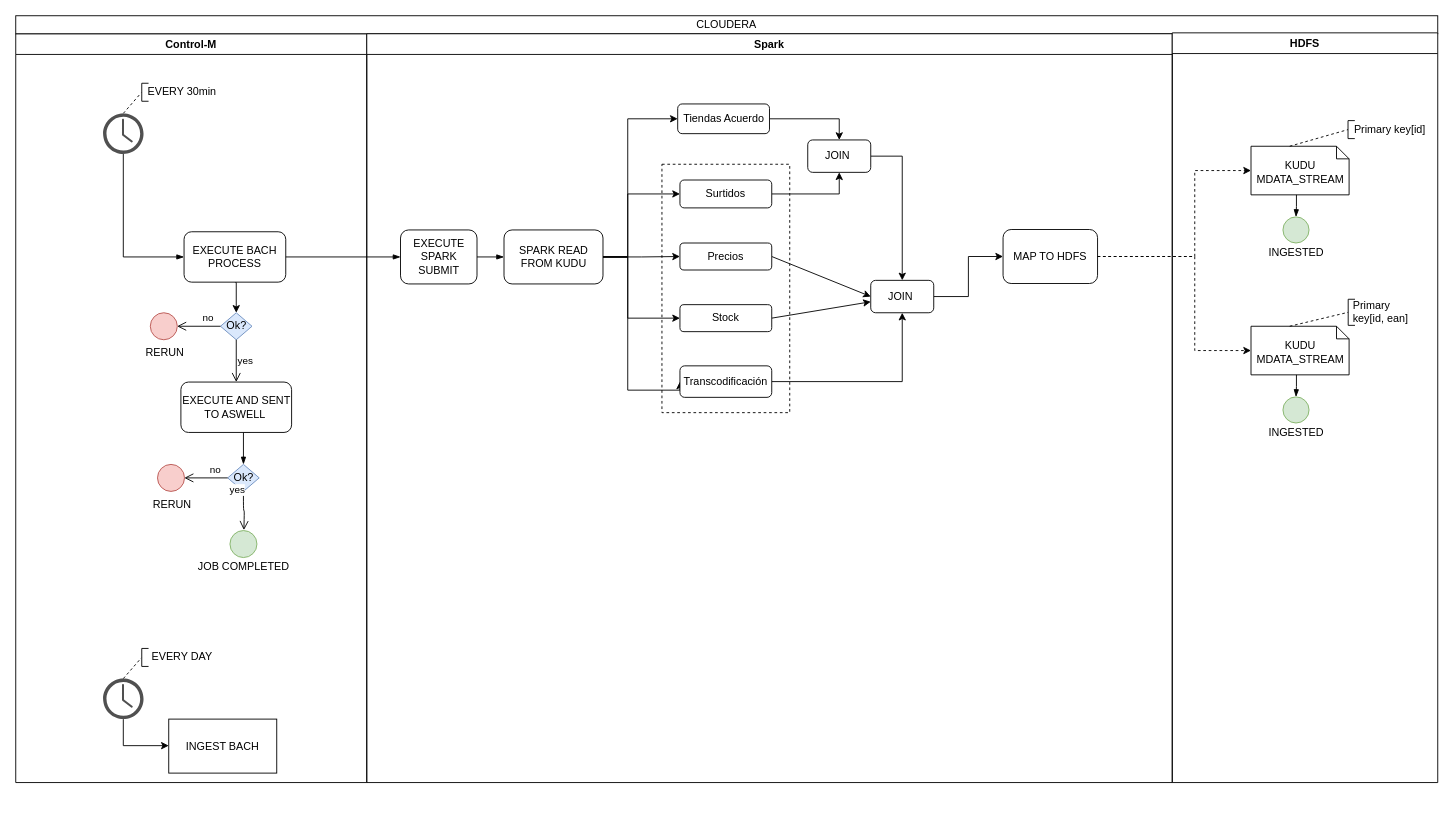
Earlier version of the draw.io diagram Cap Diagram.drawio (StefanoMazzukaCapgemini/Cap_Diagram). Source tidied: cells renumbered, new cells numbered last; positions are measured from the earlier drawing's top-left corner, leaving out a move shared by most shapes. Both pictures are drawn from the tidied source at 90%, with x=0, y=0 at pixel (15, 15).
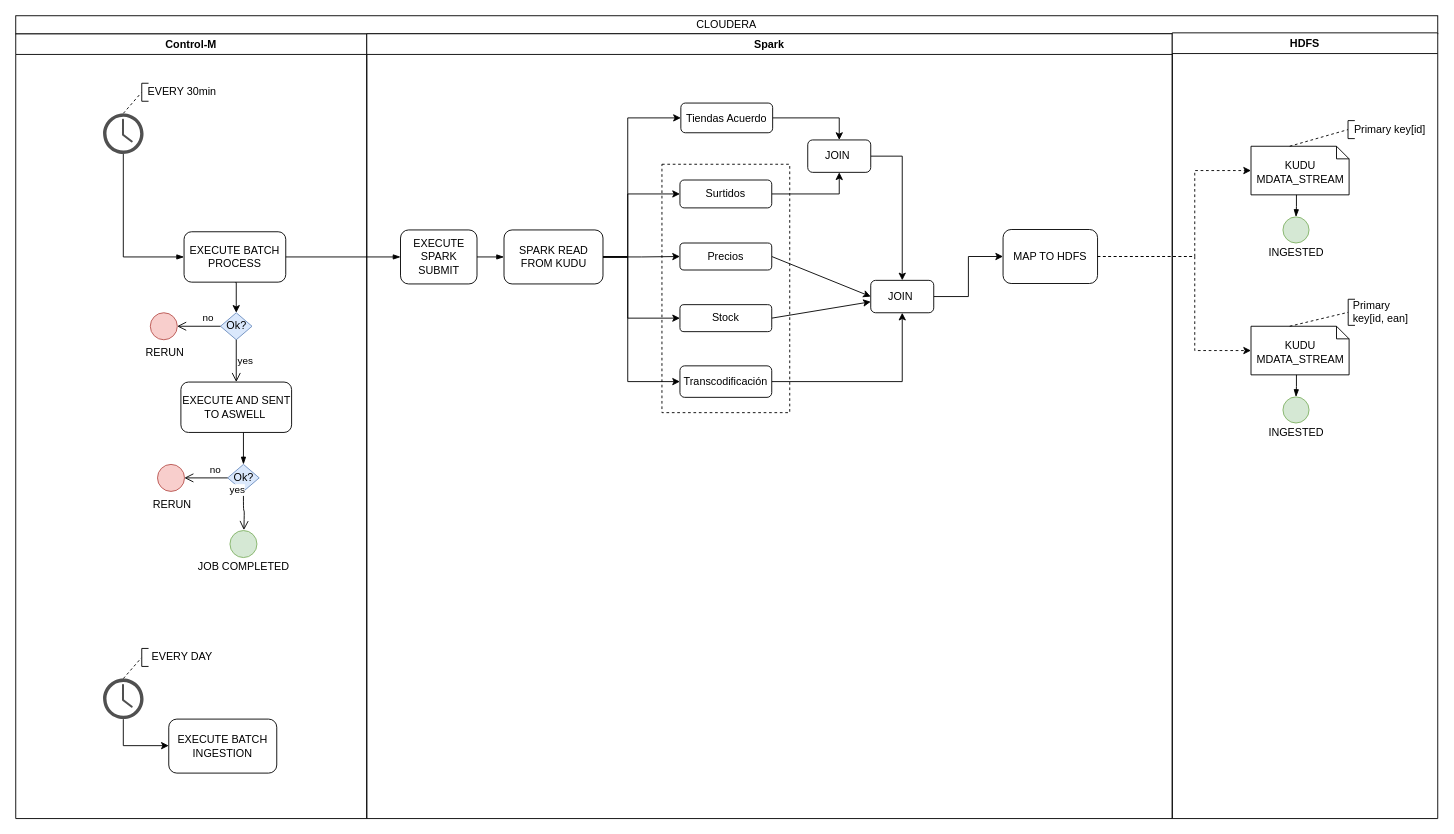
The same diagram, later.

Unchanged cells that the change refers to:
```xml
<mxCell id="40" value="SPARK READ FROM KUDU" style="rounded=1;whiteSpace=wrap;html=1;" parent="31" vertex="1">
  <mxGeometry x="152.5" y="218" width="110" height="60" as="geometry" />
</mxCell>
<mxCell id="49" value="Transcodificación" style="rounded=1;whiteSpace=wrap;html=1;" parent="31" vertex="1">
  <mxGeometry x="348" y="369" width="102" height="35" as="geometry" />
</mxCell>
```

Diff of the diagram source:
```diff
@@
     <mxCell id="2" value="Control-M" style="swimlane;whiteSpace=wrap;startSize=23;" parent="1" vertex="1">
-      <mxGeometry y="20" width="390" height="832" as="geometry" />
+      <mxGeometry y="20" width="390" height="872" as="geometry" />
     </mxCell>
@@
-    <mxCell id="10" value="EXECUTE BACH PROCESS" style="rounded=1;whiteSpace=wrap;html=1;" parent="2" vertex="1">
+    <mxCell id="10" value="EXECUTE BATCH PROCESS" style="rounded=1;whiteSpace=wrap;html=1;" parent="2" vertex="1">
       <mxGeometry x="187" y="220" width="113" height="56" as="geometry" />
     </mxCell>
@@
-    <mxCell id="29" value="INGEST BACH" style="rounded=0;whiteSpace=wrap;html=1;" parent="2" vertex="1">
+    <mxCell id="29" value="EXECUTE BATCH INGESTION" style="rounded=1;whiteSpace=wrap;html=1;" parent="2" vertex="1">
       <mxGeometry x="170" y="761.5" width="120" height="60" as="geometry" />
     </mxCell>
@@
     <mxCell id="31" value="Spark" style="swimlane;whiteSpace=wrap;startSize=23;" parent="1" vertex="1">
-      <mxGeometry x="390" y="20" width="895" height="832" as="geometry" />
+      <mxGeometry x="390" y="20" width="895" height="872" as="geometry" />
     </mxCell>
@@
     <mxCell id="35" style="edgeStyle=orthogonalEdgeStyle;rounded=0;jettySize=auto;html=1;exitX=1;exitY=0.5;exitDx=0;exitDy=0;entryX=0;entryY=0.5;entryDx=0;entryDy=0;" parent="31" edge="1" source="40" target="49">
       <mxGeometry relative="1" as="geometry">
         <Array as="points">
           <mxPoint x="290" y="248" />
-          <mxPoint x="290" y="396" />
-          <mxPoint x="348" y="396" />
+          <mxPoint x="290" y="387" />
         </Array>
       </mxGeometry>
     </mxCell>
@@
     <mxCell id="51" value="Tiendas Acuerdo" style="rounded=1;whiteSpace=wrap;html=1;" parent="31" vertex="1">
-      <mxGeometry x="345.5" y="78" width="102" height="33" as="geometry" />
+      <mxGeometry x="349" y="77" width="102" height="33" as="geometry" />
     </mxCell>
@@
     <mxCell id="57" value="HDFS" style="swimlane;whiteSpace=wrap;" parent="1" vertex="1">
-      <mxGeometry x="1285" y="19" width="295" height="833" as="geometry" />
+      <mxGeometry x="1285" y="19" width="295" height="873" as="geometry" />
     </mxCell>
```
